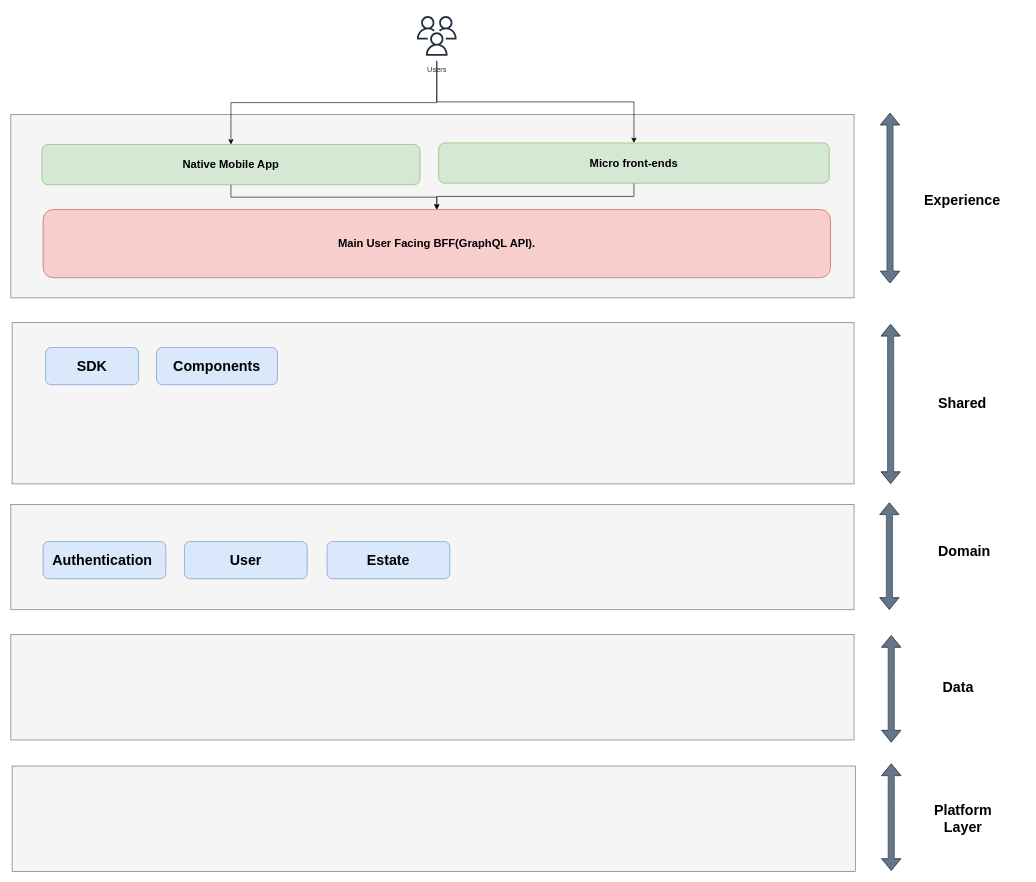
Above: docs/diagrams/layers.drawio in michael-codesjs/neumba (draw.io), before the change. Source tidied: cells renumbered, new cells numbered last; positions are measured from the earlier drawing's top-left corner, leaving out a move shared by most shapes. Both pictures are drawn from the tidied source at 62%, with x=0, y=0 at pixel (11, 11).
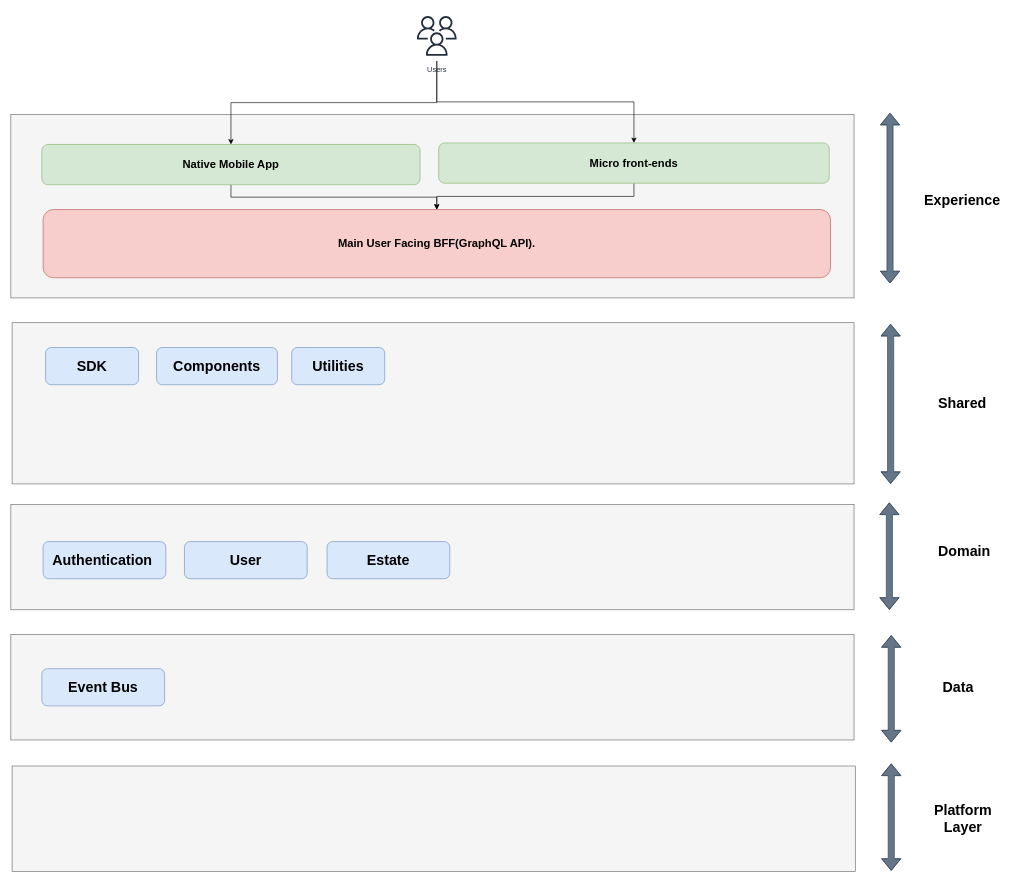
After the change.

Diff of the diagram source:
```diff
@@
+    <mxCell id="30" value="&lt;b&gt;Utilities&lt;/b&gt;" style="rounded=1;whiteSpace=wrap;html=1;strokeColor=#6c8ebf;fontFamily=Helvetica;fontSize=23;fontColor=default;fillColor=#dae8fc;" parent="1" vertex="1">
+      <mxGeometry x="453" y="542" width="150" height="60" as="geometry" />
+    </mxCell>
+    <mxCell id="31" value="&lt;b&gt;Event Bus&lt;/b&gt;" style="rounded=1;whiteSpace=wrap;html=1;fontSize=23;fillColor=#dae8fc;strokeColor=#6c8ebf;" parent="1" vertex="1">
+      <mxGeometry x="50" y="1060" width="198" height="60" as="geometry" />
+    </mxCell>
```
